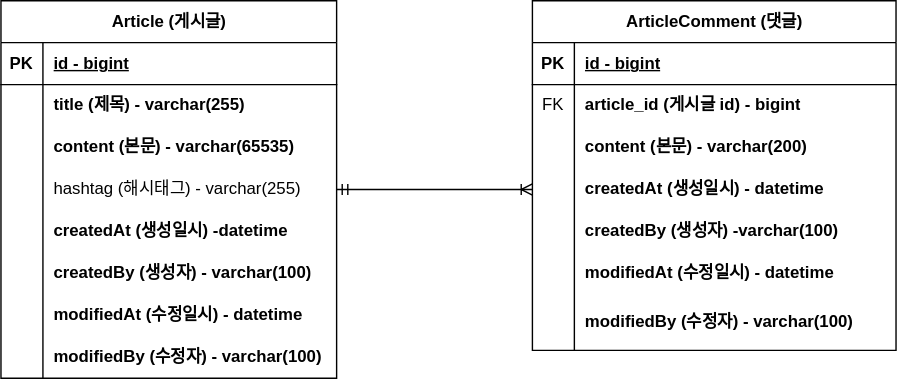
The draw.io diagram document/project-board-erd.svg in leejongsuu/restAPI, before a commit. Source tidied: cells renumbered, new cells last; positions are measured from the earlier drawing's top-left corner, leaving out a move shared by most shapes.
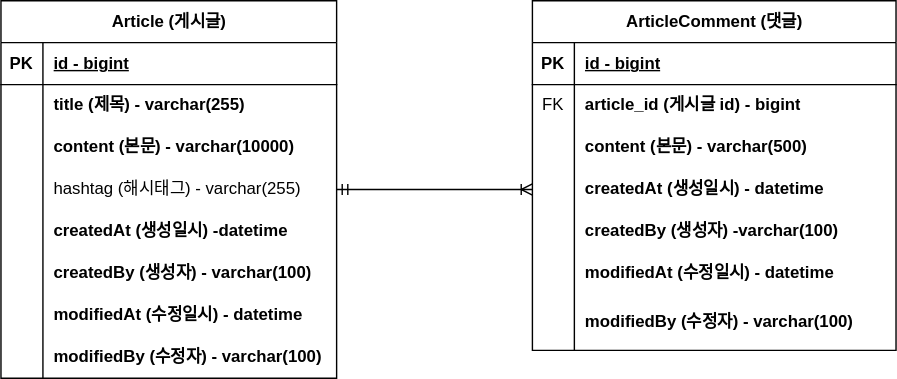
After the commit.

Commit message:
#11-erd 업데이트: content 사이즈 변경

Diff of the diagram source:
```diff
@@ -29,7 +29,7 @@
     <mxCell id="10" style="shape=partialRectangle;fillColor=none;top=0;left=0;bottom=0;right=0;overflow=hidden;whiteSpace=wrap;html=1;" parent="9" vertex="1">
       <mxGeometry width="30" height="30" as="geometry" />
     </mxCell>
-    <mxCell id="11" value="content (본문)&amp;nbsp;&lt;b&gt;- varchar(65535)&lt;/b&gt;" style="shape=partialRectangle;fillColor=none;top=0;left=0;bottom=0;right=0;align=left;spacingLeft=6;overflow=hidden;whiteSpace=wrap;html=1;fontStyle=1;" parent="9" vertex="1">
+    <mxCell id="11" value="content (본문)&amp;nbsp;&lt;b&gt;- varchar(10000)&lt;/b&gt;" style="shape=partialRectangle;fillColor=none;top=0;left=0;bottom=0;right=0;align=left;spacingLeft=6;overflow=hidden;whiteSpace=wrap;html=1;fontStyle=1;" parent="9" vertex="1">
       <mxGeometry x="30" width="210" height="30" as="geometry" />
     </mxCell>
     <mxCell id="12" style="shape=tableRow;horizontal=0;startSize=0;swimlaneHead=0;swimlaneBody=0;fillColor=none;points=[[0,0.5],[1,0.5]];portConstraint=eastwest;top=0;left=0;right=0;bottom=0;" parent="2" vertex="1">
@@ -104,7 +104,7 @@
     <mxCell id="35" style="shape=partialRectangle;fillColor=none;top=0;left=0;bottom=0;right=0;overflow=hidden;whiteSpace=wrap;html=1;" parent="34" vertex="1">
       <mxGeometry width="30" height="30" as="geometry" />
     </mxCell>
-    <mxCell id="36" value="content (본문) - varchar(200)" style="shape=partialRectangle;fillColor=none;top=0;left=0;bottom=0;right=0;align=left;spacingLeft=6;overflow=hidden;whiteSpace=wrap;html=1;fontStyle=1;" parent="34" vertex="1">
+    <mxCell id="36" value="content (본문) - varchar(500)" style="shape=partialRectangle;fillColor=none;top=0;left=0;bottom=0;right=0;align=left;spacingLeft=6;overflow=hidden;whiteSpace=wrap;html=1;fontStyle=1;" parent="34" vertex="1">
       <mxGeometry x="30" width="230" height="30" as="geometry" />
     </mxCell>
     <mxCell id="37" style="shape=tableRow;horizontal=0;startSize=0;swimlaneHead=0;swimlaneBody=0;fillColor=none;points=[[0,0.5],[1,0.5]];portConstraint=eastwest;top=0;left=0;right=0;bottom=0;" parent="27" vertex="1">
```
